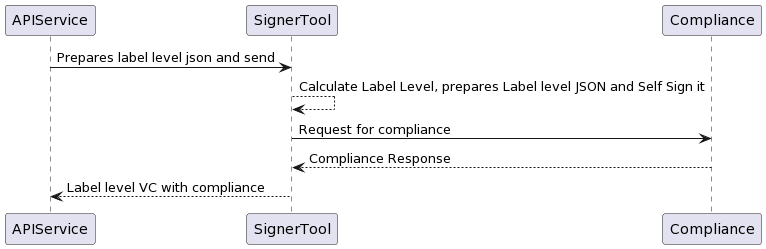
smartSenseSolutions/gaia-x-signer-tool keeps this PlantUML diagram as docs/create-label-level.png. Above is the earlier version.
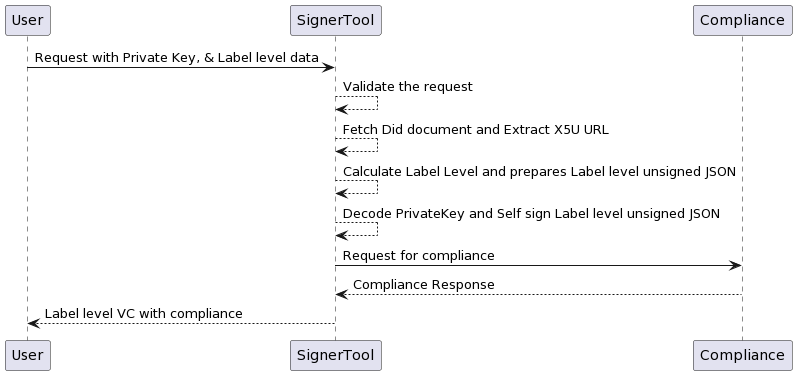
After the commit.

Commit message:
fix: readme and sequence diagram updated

Diff of the diagram source:
```diff
@@ -1,8 +1,11 @@
 @startuml
-APIService -> SignerTool: Prepares label level json and send
-SignerTool --> SignerTool: Calculate Label Level, prepares Label level JSON and Self Sign it
+User -> SignerTool: Request with Private Key, & Label level data
+SignerTool --> SignerTool: Validate the request
+SignerTool --> SignerTool: Fetch Did document and Extract X5U URL
+SignerTool --> SignerTool: Calculate Label Level and prepares Label level unsigned JSON
+SignerTool --> SignerTool: Decode PrivateKey and Self sign Label level unsigned JSON
 SignerTool -> Compliance: Request for compliance
 
 Compliance --> SignerTool: Compliance Response
-SignerTool --> APIService: Label level VC with compliance
+SignerTool --> User: Label level VC with compliance
 @enduml
```
